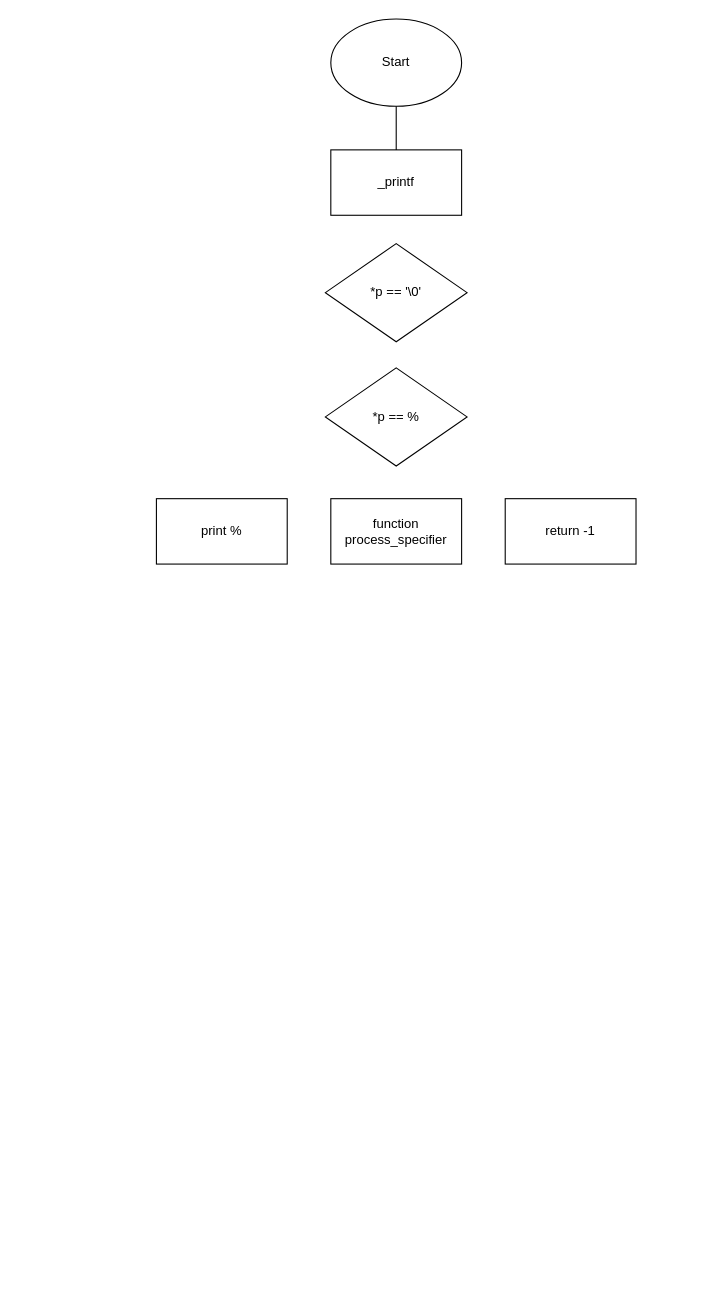
The draw.io diagram printf/Diagramme sans nom.drawio in bisoukeiko/holbertonschool-low_level_programming, before the edit. Source tidied: cells renumbered, new cells numbered last; positions are measured from the earlier drawing's top-left corner, leaving out a move shared by most shapes. Both pictures are drawn from the tidied source at 109%, with x=0, y=0 at pixel (156, 19).
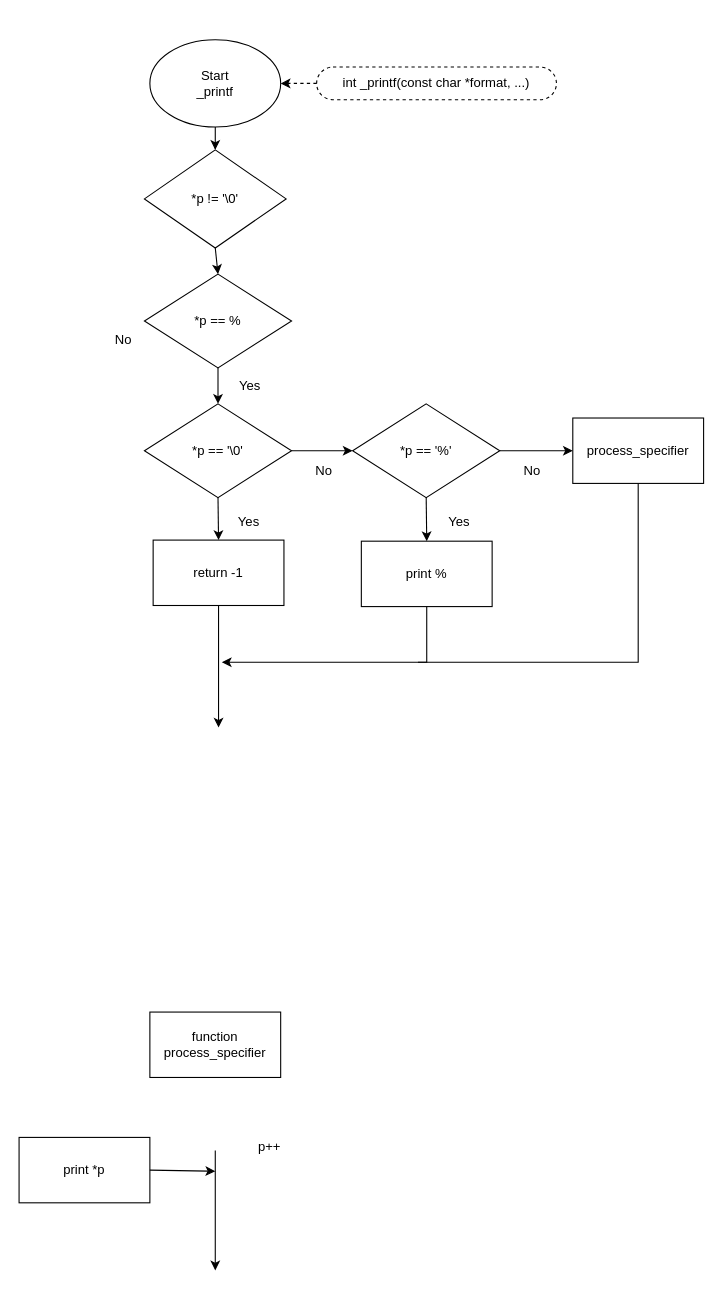
The same page after the edit.

Diff of the diagram source:
```diff
@@
+    <mxCell id="10" style="edgeStyle=orthogonalEdgeStyle;rounded=0;jettySize=auto;html=1;exitX=0.5;exitY=1;exitDx=0;exitDy=0;" parent="1" edge="1" source="2" target="5">
+      <mxGeometry relative="1" as="geometry" />
+    </mxCell>
-    <mxCell id="2" value="Start" style="ellipse;whiteSpace=wrap;html=1;labelBackgroundColor=none;" parent="1" vertex="1">
-      <mxGeometry x="160" width="120" height="80" as="geometry" />
+    <mxCell id="2" value="&lt;div&gt;Start&lt;/div&gt;&lt;div&gt;_printf&lt;br&gt;&lt;/div&gt;" style="ellipse;whiteSpace=wrap;html=1;labelBackgroundColor=none;" parent="1" vertex="1">
+      <mxGeometry x="-6" y="19" width="120" height="80" as="geometry" />
     </mxCell>
-    <mxCell id="3" value="_printf" style="rounded=0;whiteSpace=wrap;html=1;labelBackgroundColor=none;" parent="1" vertex="1">
-      <mxGeometry x="160" y="120" width="120" height="60" as="geometry" />
-    </mxCell>
-    <mxCell id="4" style="endArrow=none;html=1;rounded=0;entryX=0.5;entryY=1;entryDx=0;entryDy=0;exitX=0.5;exitY=0;exitDx=0;exitDy=0;" parent="1" edge="1" source="3" target="2">
-      <mxGeometry relative="1" as="geometry" />
-    </mxCell>
-    <mxCell id="5" value="*p == '\0'" style="rhombus;whiteSpace=wrap;html=1;" parent="1" vertex="1">
-      <mxGeometry x="155" y="206" width="130" height="90" as="geometry" />
+    <mxCell id="5" value="*p != '\0'" style="rhombus;whiteSpace=wrap;html=1;" parent="1" vertex="1">
+      <mxGeometry x="-11" y="120" width="130" height="90" as="geometry" />
     </mxCell>
     <mxCell id="6" value="*p == %" style="rhombus;whiteSpace=wrap;html=1;" parent="1" vertex="1">
-      <mxGeometry x="155" y="320" width="130" height="90" as="geometry" />
+      <mxGeometry x="-11" y="234" width="135" height="86" as="geometry" />
     </mxCell>
     <mxCell id="7" value="&lt;div&gt;function&lt;/div&gt;&lt;div&gt;process_specifier&lt;br&gt;&lt;/div&gt;" style="rounded=0;whiteSpace=wrap;html=1;" parent="1" vertex="1">
-      <mxGeometry x="160" y="440" width="120" height="60" as="geometry" />
+      <mxGeometry x="-6" y="911" width="120" height="60" as="geometry" />
     </mxCell>
+    <mxCell id="11" value="int _printf(const char *format, ...)" style="whiteSpace=wrap;html=1;rounded=1;arcSize=50;align=center;verticalAlign=middle;strokeWidth=1;spacing=4;newEdgeStyle={&quot;edgeStyle&quot;:&quot;entityRelationEdgeStyle&quot;,&quot;startArrow&quot;:&quot;none&quot;,&quot;endArrow&quot;:&quot;none&quot;,&quot;segment&quot;:10,&quot;curved&quot;:1,&quot;sourcePerimeterSpacing&quot;:0,&quot;targetPerimeterSpacing&quot;:0};dashed=1;" parent="1" vertex="1">
+      <mxGeometry x="147" y="44" width="220" height="30" as="geometry" />
+    </mxCell>
+    <mxCell id="12" style="endArrow=classic;html=1;rounded=0;entryX=0.5;entryY=0;entryDx=0;entryDy=0;exitX=0.5;exitY=1;exitDx=0;exitDy=0;" parent="1" edge="1" source="5" target="6">
+      <mxGeometry relative="1" as="geometry" />
+    </mxCell>
+    <mxCell id="13" style="endArrow=classic;html=1;rounded=0;exitX=0.5;exitY=1;exitDx=0;exitDy=0;entryX=0.5;entryY=0;entryDx=0;entryDy=0;" parent="1" edge="1" source="6" target="20">
+      <mxGeometry relative="1" as="geometry" />
+    </mxCell>
+    <mxCell id="14" value="print *p" style="rounded=0;whiteSpace=wrap;html=1;" parent="1" vertex="1">
+      <mxGeometry x="-126" y="1026" width="120" height="60" as="geometry" />
+    </mxCell>
+    <mxCell id="15" value="No" style="text;html=1;align=center;verticalAlign=middle;whiteSpace=wrap;rounded=0;" parent="1" vertex="1">
+      <mxGeometry x="-60" y="280" width="60" height="30" as="geometry" />
+    </mxCell>
+    <mxCell id="16" style="endArrow=classic;html=1;rounded=0;exitX=0;exitY=0.5;exitDx=0;exitDy=0;entryX=1;entryY=0.5;entryDx=0;entryDy=0;dashed=1;" parent="1" edge="1" source="11" target="2">
+      <mxGeometry relative="1" as="geometry" />
+    </mxCell>
+    <mxCell id="17" style="endArrow=classic;html=1;rounded=0;exitX=1;exitY=0.5;exitDx=0;exitDy=0;" parent="1" edge="1" source="14">
+      <mxGeometry relative="1" as="geometry">
+        <mxPoint x="54" y="1057" as="targetPoint" />
+      </mxGeometry>
+    </mxCell>
+    <mxCell id="18" style="endArrow=classic;html=1;rounded=0;" parent="1" edge="1">
+      <mxGeometry relative="1" as="geometry">
+        <mxPoint x="54" y="1038" as="sourcePoint" />
+        <mxPoint x="54" y="1148" as="targetPoint" />
+      </mxGeometry>
+    </mxCell>
+    <mxCell id="19" value="Yes" style="text;html=1;align=center;verticalAlign=middle;whiteSpace=wrap;rounded=0;" parent="1" vertex="1">
+      <mxGeometry x="56" y="322" width="60" height="30" as="geometry" />
+    </mxCell>
+    <mxCell id="9" value="return -1" style="rounded=0;whiteSpace=wrap;html=1;" parent="1" vertex="1">
+      <mxGeometry x="-3" y="478" width="120" height="60" as="geometry" />
+    </mxCell>
+    <mxCell id="20" value="*p == '\0'" style="rhombus;whiteSpace=wrap;html=1;" parent="1" vertex="1">
+      <mxGeometry x="-11" y="353" width="135" height="86" as="geometry" />
+    </mxCell>
+    <mxCell id="21" style="endArrow=classic;html=1;rounded=0;exitX=0.5;exitY=1;exitDx=0;exitDy=0;entryX=0.5;entryY=0;entryDx=0;entryDy=0;" parent="1" edge="1" source="20" target="9">
+      <mxGeometry relative="1" as="geometry" />
+    </mxCell>
+    <mxCell id="22" value="Yes" style="text;html=1;align=center;verticalAlign=middle;whiteSpace=wrap;rounded=0;" parent="1" vertex="1">
+      <mxGeometry x="55" y="447" width="60" height="30" as="geometry" />
+    </mxCell>
+    <mxCell id="23" value="p++" style="text;html=1;align=center;verticalAlign=middle;whiteSpace=wrap;rounded=0;" parent="1" vertex="1">
+      <mxGeometry x="74" y="1020" width="60" height="30" as="geometry" />
+    </mxCell>
     <mxCell id="8" value="print %" style="rounded=0;whiteSpace=wrap;html=1;" parent="1" vertex="1">
-      <mxGeometry y="440" width="120" height="60" as="geometry" />
+      <mxGeometry x="188" y="479" width="120" height="60" as="geometry" />
     </mxCell>
-    <mxCell id="9" value="return -1" style="rounded=0;whiteSpace=wrap;html=1;" parent="1" vertex="1">
-      <mxGeometry x="320" y="440" width="120" height="60" as="geometry" />
-    </mxCell>
+    <mxCell id="24" value="*p == '%'" style="rhombus;whiteSpace=wrap;html=1;" parent="1" vertex="1">
+      <mxGeometry x="180" y="353" width="135" height="86" as="geometry" />
+    </mxCell>
+    <mxCell id="25" value="No" style="text;html=1;align=center;verticalAlign=middle;whiteSpace=wrap;rounded=0;" parent="1" vertex="1">
+      <mxGeometry x="124" y="400" width="60" height="30" as="geometry" />
+    </mxCell>
+    <mxCell id="26" style="endArrow=classic;html=1;rounded=0;exitX=0.5;exitY=1;exitDx=0;exitDy=0;entryX=0.5;entryY=0;entryDx=0;entryDy=0;" parent="1" edge="1" source="24" target="8">
+      <mxGeometry relative="1" as="geometry" />
+    </mxCell>
+    <mxCell id="27" value="Yes" style="text;html=1;align=center;verticalAlign=middle;whiteSpace=wrap;rounded=0;" parent="1" vertex="1">
+      <mxGeometry x="248" y="447" width="60" height="30" as="geometry" />
+    </mxCell>
+    <mxCell id="28" style="endArrow=classic;html=1;rounded=0;entryX=0;entryY=0.5;entryDx=0;entryDy=0;exitX=1;exitY=0.5;exitDx=0;exitDy=0;" parent="1" edge="1" source="20" target="24">
+      <mxGeometry relative="1" as="geometry" />
+    </mxCell>
+    <mxCell id="29" value="process_specifier" style="rounded=0;whiteSpace=wrap;html=1;" parent="1" vertex="1">
+      <mxGeometry x="382" y="366" width="120" height="60" as="geometry" />
+    </mxCell>
+    <mxCell id="30" style="endArrow=classic;html=1;rounded=0;exitX=1;exitY=0.5;exitDx=0;exitDy=0;entryX=0;entryY=0.5;entryDx=0;entryDy=0;" parent="1" edge="1" source="24" target="29">
+      <mxGeometry relative="1" as="geometry" />
+    </mxCell>
+    <mxCell id="31" value="No" style="text;html=1;align=center;verticalAlign=middle;whiteSpace=wrap;rounded=0;" parent="1" vertex="1">
+      <mxGeometry x="315" y="400" width="60" height="30" as="geometry" />
+    </mxCell>
+    <mxCell id="32" style="endArrow=classic;html=1;rounded=0;exitX=0.5;exitY=1;exitDx=0;exitDy=0;" parent="1" edge="1" source="9">
+      <mxGeometry relative="1" as="geometry">
+        <mxPoint x="57" y="650" as="targetPoint" />
+      </mxGeometry>
+    </mxCell>
+    <mxCell id="33" style="endArrow=classic;html=1;rounded=0;exitX=0.5;exitY=1;exitDx=0;exitDy=0;" parent="1" edge="1" source="8">
+      <mxGeometry relative="1" as="geometry">
+        <mxPoint x="60" y="590" as="targetPoint" />
+        <Array as="points">
+          <mxPoint x="248" y="590" />
+        </Array>
+      </mxGeometry>
+    </mxCell>
+    <mxCell id="34" style="endArrow=none;html=1;rounded=0;entryX=0.5;entryY=1;entryDx=0;entryDy=0;" parent="1" edge="1" target="29">
+      <mxGeometry relative="1" as="geometry">
+        <mxPoint x="240" y="590" as="sourcePoint" />
+        <Array as="points">
+          <mxPoint x="442" y="590" />
+        </Array>
+      </mxGeometry>
+    </mxCell>
```
